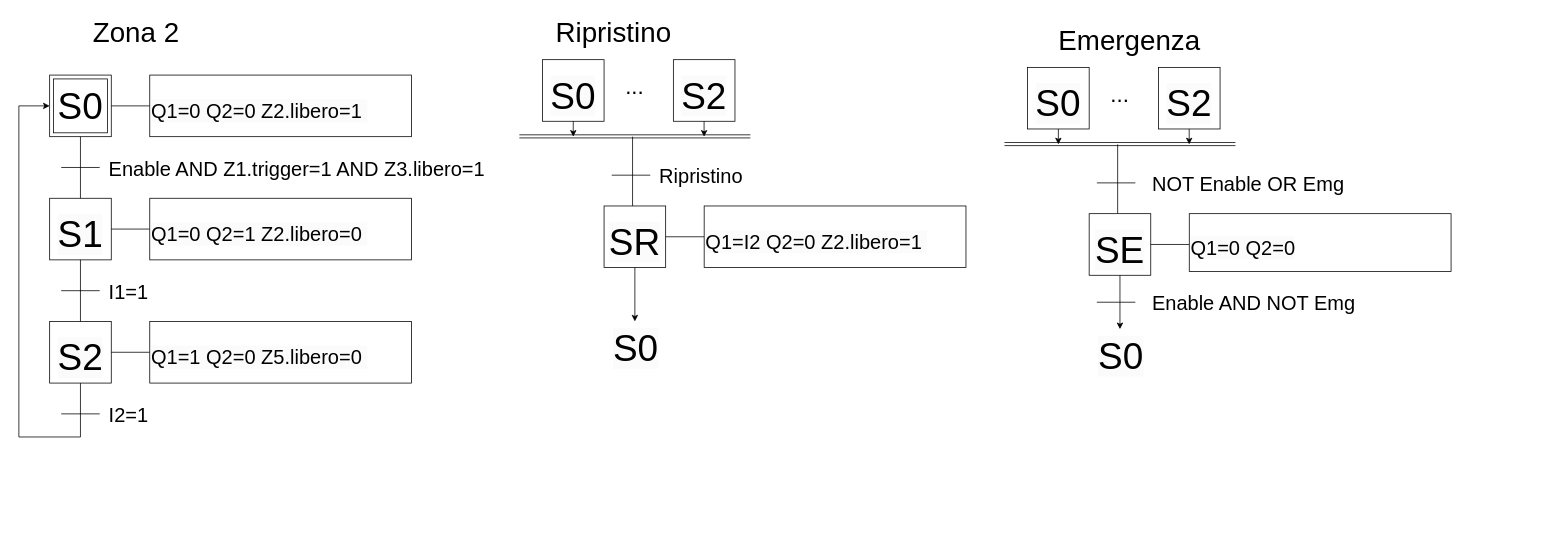
This is page "Zona 2" (3 of 7) of grafcet.drawio from simonebroili/Ciclo-di-Lavorazione, a draw.io file, before an edit. Source tidied: cells renumbered, new cells numbered last; positions are measured from the earlier drawing's top-left corner, leaving out a move shared by most shapes. Both pictures are drawn from the tidied source at 77%, with x=0, y=0 at pixel (18, 13).
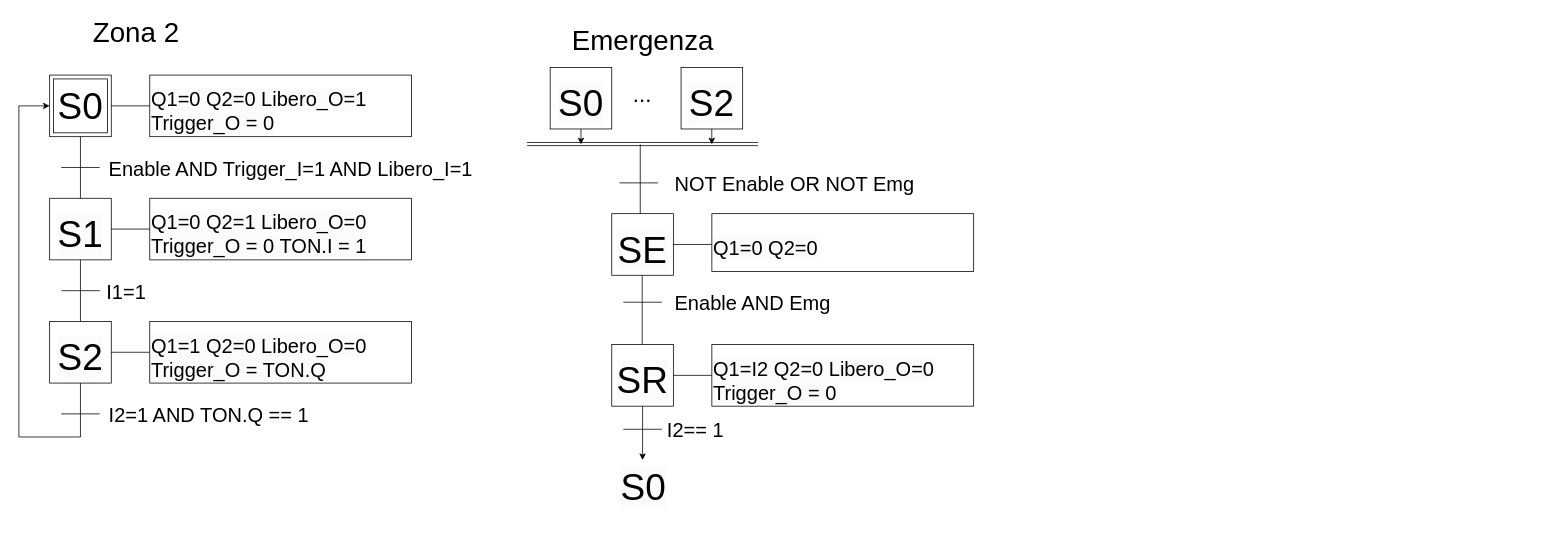
The same page after the edit.

What changed in the source:
```diff
@@
-    <mxCell id="7" value="&lt;br&gt;&lt;span style=&quot;color: rgb(0, 0, 0); font-family: Helvetica; font-size: 26px; font-style: normal; font-variant-ligatures: normal; font-variant-caps: normal; font-weight: 400; letter-spacing: normal; orphans: 2; text-align: left; text-indent: 0px; text-transform: none; widows: 2; word-spacing: 0px; -webkit-text-stroke-width: 0px; background-color: rgb(251, 251, 251); text-decoration-thickness: initial; text-decoration-style: initial; text-decoration-color: initial; float: none; display: inline !important;&quot;&gt;Q1=0 Q2=0 Z2.libero=1&amp;nbsp;&lt;/span&gt;" style="rounded=0;whiteSpace=wrap;html=1;align=left;" parent="1" vertex="1">
+    <mxCell id="7" value="&lt;br&gt;&lt;span style=&quot;color: rgb(0, 0, 0); font-family: Helvetica; font-size: 26px; font-style: normal; font-variant-ligatures: normal; font-variant-caps: normal; font-weight: 400; letter-spacing: normal; orphans: 2; text-align: left; text-indent: 0px; text-transform: none; widows: 2; word-spacing: 0px; -webkit-text-stroke-width: 0px; background-color: rgb(251, 251, 251); text-decoration-thickness: initial; text-decoration-style: initial; text-decoration-color: initial; float: none; display: inline !important;&quot;&gt;Q1=0 Q2=0 Libero_O=1 Trigger_O = 0&lt;/span&gt;" style="rounded=0;whiteSpace=wrap;html=1;align=left;" parent="1" vertex="1">
       <mxGeometry x="170" y="80" width="340" height="80" as="geometry" />
     </mxCell>
@@
-    <mxCell id="9" value="&lt;br&gt;&lt;span style=&quot;color: rgb(0, 0, 0); font-family: Helvetica; font-size: 26px; font-style: normal; font-variant-ligatures: normal; font-variant-caps: normal; font-weight: 400; letter-spacing: normal; orphans: 2; text-align: left; text-indent: 0px; text-transform: none; widows: 2; word-spacing: 0px; -webkit-text-stroke-width: 0px; background-color: rgb(251, 251, 251); text-decoration-thickness: initial; text-decoration-style: initial; text-decoration-color: initial; float: none; display: inline !important;&quot;&gt;Q1=0 Q2=1 Z2.libero=0&amp;nbsp;&lt;/span&gt;" style="rounded=0;whiteSpace=wrap;html=1;align=left;" parent="1" vertex="1">
+    <mxCell id="9" value="&lt;br&gt;&lt;span style=&quot;color: rgb(0, 0, 0); font-family: Helvetica; font-size: 26px; font-style: normal; font-variant-ligatures: normal; font-variant-caps: normal; font-weight: 400; letter-spacing: normal; orphans: 2; text-align: left; text-indent: 0px; text-transform: none; widows: 2; word-spacing: 0px; -webkit-text-stroke-width: 0px; background-color: rgb(251, 251, 251); text-decoration-thickness: initial; text-decoration-style: initial; text-decoration-color: initial; float: none; display: inline !important;&quot;&gt;Q1=0 Q2=1 Libero_O=0 Trigger_O = 0 TON.I = 1&lt;br&gt;&lt;/span&gt;" style="rounded=0;whiteSpace=wrap;html=1;align=left;" parent="1" vertex="1">
       <mxGeometry x="170" y="240" width="340" height="80" as="geometry" />
     </mxCell>
@@
-    <mxCell id="11" value="&lt;br&gt;&lt;span style=&quot;color: rgb(0, 0, 0); font-family: Helvetica; font-size: 26px; font-style: normal; font-variant-ligatures: normal; font-variant-caps: normal; font-weight: 400; letter-spacing: normal; orphans: 2; text-align: left; text-indent: 0px; text-transform: none; widows: 2; word-spacing: 0px; -webkit-text-stroke-width: 0px; background-color: rgb(251, 251, 251); text-decoration-thickness: initial; text-decoration-style: initial; text-decoration-color: initial; float: none; display: inline !important;&quot;&gt;Q1=1 Q2=0 Z5.libero=0&amp;nbsp;&lt;/span&gt;" style="rounded=0;whiteSpace=wrap;html=1;align=left;" parent="1" vertex="1">
+    <mxCell id="11" value="&lt;br&gt;&lt;span style=&quot;orphans: 2; text-align: left; text-indent: 0px; widows: 2; text-decoration-thickness: initial; text-decoration-style: initial; text-decoration-color: initial; float: none; display: inline !important;&quot;&gt;&lt;span style=&quot;font-size: 26px; background-color: rgb(251, 251, 251);&quot;&gt;Q1=1 Q2=0 Libero_O=0 Trigger_O = TON.Q&lt;/span&gt;&lt;/span&gt;" style="rounded=0;whiteSpace=wrap;html=1;align=left;" parent="1" vertex="1">
       <mxGeometry x="170" y="400" width="340" height="80" as="geometry" />
     </mxCell>
@@
-    <mxCell id="15" value="&lt;span style=&quot;font-size: 26px;&quot;&gt;Enable AND Z1.trigger=1 AND Z3.libero=1&lt;/span&gt;" style="text;whiteSpace=wrap;html=1;" parent="1" vertex="1">
+    <mxCell id="15" value="&lt;span style=&quot;font-size: 26px;&quot;&gt;Enable AND Trigger_I=1 AND Libero_I=1&lt;/span&gt;" style="text;whiteSpace=wrap;html=1;" parent="1" vertex="1">
       <mxGeometry x="115" y="180" width="515" height="50" as="geometry" />
     </mxCell>
@@
     <mxCell id="18" value="&lt;span style=&quot;font-size: 26px;&quot;&gt;I1=1&amp;nbsp;&lt;/span&gt;" style="text;whiteSpace=wrap;html=1;" parent="1" vertex="1">
-      <mxGeometry x="115" y="340" width="395" height="50" as="geometry" />
+      <mxGeometry x="112" y="340" width="395" height="50" as="geometry" />
     </mxCell>
@@
-    <mxCell id="20" value="&lt;span style=&quot;font-size: 26px;&quot;&gt;I2=1&lt;/span&gt;" style="text;whiteSpace=wrap;html=1;" parent="1" vertex="1">
+    <mxCell id="20" value="&lt;span style=&quot;font-size: 26px;&quot;&gt;I2=1 AND TON.Q == 1&amp;nbsp;&lt;/span&gt;" style="text;whiteSpace=wrap;html=1;" parent="1" vertex="1">
       <mxGeometry x="115" y="500" width="395" height="50" as="geometry" />
     </mxCell>
@@
-    <mxCell id="22" value="&lt;font style=&quot;font-size: 36px;&quot;&gt;Ripristino&lt;/font&gt;" style="text;html=1;strokeColor=none;fillColor=none;align=center;verticalAlign=middle;whiteSpace=wrap;rounded=0;" parent="1" vertex="1">
-      <mxGeometry x="640" width="265" height="50" as="geometry" />
-    </mxCell>
-    <mxCell id="23" style="endArrow=none;html=1;rounded=0;exitX=1;exitY=0.5;exitDx=0;exitDy=0;" parent="1" edge="1">
-      <mxGeometry relative="1" as="geometry">
-        <mxPoint x="770" y="210" as="sourcePoint" />
-        <mxPoint x="820" y="210" as="targetPoint" />
-        <Array as="points">
-          <mxPoint x="820" y="210" />
-        </Array>
-      </mxGeometry>
-    </mxCell>
-    <mxCell id="24" value="&lt;span style=&quot;font-size: 26px;&quot;&gt;Ripristino&lt;/span&gt;" style="text;whiteSpace=wrap;html=1;" parent="1" vertex="1">
-      <mxGeometry x="830" y="190" width="515" height="50" as="geometry" />
-    </mxCell>
     <mxCell id="25" style="endArrow=none;html=1;rounded=0;exitX=0.5;exitY=0;exitDx=0;exitDy=0;" parent="1" edge="1">
       <mxGeometry relative="1" as="geometry">
-        <mxPoint x="797" y="250" as="sourcePoint" />
-        <mxPoint x="797" y="160" as="targetPoint" />
+        <mxPoint x="809.5" y="430" as="sourcePoint" />
+        <mxPoint x="809.5" y="340" as="targetPoint" />
+        <Array as="points">
+          <mxPoint x="809.5" y="380" />
+        </Array>
       </mxGeometry>
     </mxCell>
     <mxCell id="26" value="&lt;br&gt;&lt;span style=&quot;color: rgb(0, 0, 0); font-family: Helvetica; font-size: 48px; font-style: normal; font-variant-ligatures: normal; font-variant-caps: normal; font-weight: 400; letter-spacing: normal; orphans: 2; text-align: center; text-indent: 0px; text-transform: none; widows: 2; word-spacing: 0px; -webkit-text-stroke-width: 0px; background-color: rgb(251, 251, 251); text-decoration-thickness: initial; text-decoration-style: initial; text-decoration-color: initial; float: none; display: inline !important;&quot;&gt;SR&lt;/span&gt;" style="whiteSpace=wrap;html=1;" parent="1" vertex="1">
-      <mxGeometry x="760" y="250" width="80" height="80" as="geometry" />
+      <mxGeometry x="770" y="430" width="80" height="80" as="geometry" />
     </mxCell>
     <mxCell id="27" style="endArrow=none;html=1;rounded=0;exitX=1;exitY=0.5;exitDx=0;exitDy=0;" parent="1" edge="1">
       <mxGeometry relative="1" as="geometry">
-        <mxPoint x="840" y="290" as="sourcePoint" />
-        <mxPoint x="890" y="290" as="targetPoint" />
+        <mxPoint x="850" y="470" as="sourcePoint" />
+        <mxPoint x="900" y="470" as="targetPoint" />
         <Array as="points">
-          <mxPoint x="890" y="290" />
+          <mxPoint x="900" y="470" />
         </Array>
       </mxGeometry>
     </mxCell>
-    <mxCell id="28" value="&lt;br&gt;&lt;span style=&quot;color: rgb(0, 0, 0); font-family: Helvetica; font-size: 26px; font-style: normal; font-variant-ligatures: normal; font-variant-caps: normal; font-weight: 400; letter-spacing: normal; orphans: 2; text-align: left; text-indent: 0px; text-transform: none; widows: 2; word-spacing: 0px; -webkit-text-stroke-width: 0px; background-color: rgb(251, 251, 251); text-decoration-thickness: initial; text-decoration-style: initial; text-decoration-color: initial; float: none; display: inline !important;&quot;&gt;Q1=I2 Q2=0 Z2.libero=1&amp;nbsp;&lt;/span&gt;" style="rounded=0;whiteSpace=wrap;html=1;align=left;" parent="1" vertex="1">
-      <mxGeometry x="890" y="250" width="340" height="80" as="geometry" />
+    <mxCell id="28" value="&lt;br&gt;&lt;span style=&quot;color: rgb(0, 0, 0); font-family: Helvetica; font-size: 26px; font-style: normal; font-variant-ligatures: normal; font-variant-caps: normal; font-weight: 400; letter-spacing: normal; orphans: 2; text-align: left; text-indent: 0px; text-transform: none; widows: 2; word-spacing: 0px; -webkit-text-stroke-width: 0px; background-color: rgb(251, 251, 251); text-decoration-thickness: initial; text-decoration-style: initial; text-decoration-color: initial; float: none; display: inline !important;&quot;&gt;Q1=I2 Q2=0 Libero_O=0 Trigger_O = 0&lt;/span&gt;" style="rounded=0;whiteSpace=wrap;html=1;align=left;" parent="1" vertex="1">
+      <mxGeometry x="900" y="430" width="340" height="80" as="geometry" />
     </mxCell>
     <mxCell id="29" style="endArrow=classic;html=1;rounded=0;exitX=0.5;exitY=1;exitDx=0;exitDy=0;" parent="1" edge="1" source="26">
       <mxGeometry relative="1" as="geometry">
-        <mxPoint x="800" y="400" as="targetPoint" />
+        <mxPoint x="810" y="580" as="targetPoint" />
       </mxGeometry>
     </mxCell>
     <mxCell id="30" value="&lt;span style=&quot;color: rgb(0, 0, 0); font-family: Helvetica; font-size: 48px; font-style: normal; font-variant-ligatures: normal; font-variant-caps: normal; font-weight: 400; letter-spacing: normal; orphans: 2; text-align: center; text-indent: 0px; text-transform: none; widows: 2; word-spacing: 0px; -webkit-text-stroke-width: 0px; background-color: rgb(251, 251, 251); text-decoration-thickness: initial; text-decoration-style: initial; text-decoration-color: initial; float: none; display: inline !important;&quot;&gt;S0&lt;/span&gt;" style="text;whiteSpace=wrap;html=1;" parent="1" vertex="1">
-      <mxGeometry x="770" y="400" width="90" height="80" as="geometry" />
+      <mxGeometry x="780" y="580" width="90" height="80" as="geometry" />
     </mxCell>
-    <mxCell id="31" value="&lt;br&gt;&lt;span style=&quot;color: rgb(0, 0, 0); font-family: Helvetica; font-size: 48px; font-style: normal; font-variant-ligatures: normal; font-variant-caps: normal; font-weight: 400; letter-spacing: normal; orphans: 2; text-align: center; text-indent: 0px; text-transform: none; widows: 2; word-spacing: 0px; -webkit-text-stroke-width: 0px; background-color: rgb(251, 251, 251); text-decoration-thickness: initial; text-decoration-style: initial; text-decoration-color: initial; float: none; display: inline !important;&quot;&gt;S2&lt;/span&gt;&lt;br&gt;" style="whiteSpace=wrap;html=1;" parent="1" vertex="1">
-      <mxGeometry x="850" y="60" width="80" height="80" as="geometry" />
-    </mxCell>
-    <mxCell id="32" value="&lt;br&gt;&lt;span style=&quot;color: rgb(0, 0, 0); font-family: Helvetica; font-size: 48px; font-style: normal; font-variant-ligatures: normal; font-variant-caps: normal; font-weight: 400; letter-spacing: normal; orphans: 2; text-align: center; text-indent: 0px; text-transform: none; widows: 2; word-spacing: 0px; -webkit-text-stroke-width: 0px; background-color: rgb(251, 251, 251); text-decoration-thickness: initial; text-decoration-style: initial; text-decoration-color: initial; float: none; display: inline !important;&quot;&gt;S0&lt;/span&gt;" style="whiteSpace=wrap;html=1;" parent="1" vertex="1">
-      <mxGeometry x="680" y="60" width="80" height="80" as="geometry" />
-    </mxCell>
-    <mxCell id="33" style="shape=link;html=1;rounded=0;" parent="1" edge="1">
-      <mxGeometry relative="1" as="geometry">
-        <mxPoint x="650" y="159.6" as="sourcePoint" />
-        <mxPoint x="950" y="159.6" as="targetPoint" />
-      </mxGeometry>
-    </mxCell>
-    <mxCell id="34" style="endArrow=classic;html=1;rounded=0;exitX=0.5;exitY=1;exitDx=0;exitDy=0;" parent="1" edge="1" source="32">
-      <mxGeometry relative="1" as="geometry">
-        <mxPoint x="720" y="160" as="targetPoint" />
-      </mxGeometry>
-    </mxCell>
-    <mxCell id="35" style="endArrow=classic;html=1;rounded=0;exitX=0.5;exitY=1;exitDx=0;exitDy=0;" parent="1" edge="1">
-      <mxGeometry relative="1" as="geometry">
-        <mxPoint x="889.9" y="140" as="sourcePoint" />
-        <mxPoint x="889.9" y="160" as="targetPoint" />
-      </mxGeometry>
-    </mxCell>
-    <mxCell id="36" value="&lt;span style=&quot;font-size: 29px;&quot;&gt;...&lt;/span&gt;" style="text;html=1;strokeColor=none;fillColor=none;align=center;verticalAlign=middle;whiteSpace=wrap;rounded=0;" parent="1" vertex="1">
-      <mxGeometry x="770" y="80" width="60" height="30" as="geometry" />
-    </mxCell>
     <mxCell id="37" value="&lt;font style=&quot;font-size: 36px;&quot;&gt;Emergenza&lt;/font&gt;" style="text;html=1;strokeColor=none;fillColor=none;align=center;verticalAlign=middle;whiteSpace=wrap;rounded=0;" parent="1" vertex="1">
-      <mxGeometry x="1310" y="10" width="265" height="50" as="geometry" />
+      <mxGeometry x="677.5" y="10" width="265" height="50" as="geometry" />
     </mxCell>
     <mxCell id="38" style="endArrow=none;html=1;rounded=0;exitX=1;exitY=0.5;exitDx=0;exitDy=0;" parent="1" edge="1">
       <mxGeometry relative="1" as="geometry">
-        <mxPoint x="1400" y="220" as="sourcePoint" />
-        <mxPoint x="1450" y="220" as="targetPoint" />
+        <mxPoint x="780" y="220" as="sourcePoint" />
+        <mxPoint x="830" y="220" as="targetPoint" />
         <Array as="points">
-          <mxPoint x="1450" y="220" />
+          <mxPoint x="830" y="220" />
         </Array>
       </mxGeometry>
     </mxCell>
     <mxCell id="39" style="endArrow=none;html=1;rounded=0;exitX=0.5;exitY=0;exitDx=0;exitDy=0;" parent="1" edge="1">
       <mxGeometry relative="1" as="geometry">
-        <mxPoint x="1427" y="260" as="sourcePoint" />
-        <mxPoint x="1427" y="170" as="targetPoint" />
+        <mxPoint x="807" y="260" as="sourcePoint" />
+        <mxPoint x="807" y="170" as="targetPoint" />
       </mxGeometry>
     </mxCell>
     <mxCell id="40" value="&lt;br&gt;&lt;span style=&quot;color: rgb(0, 0, 0); font-family: Helvetica; font-size: 48px; font-style: normal; font-variant-ligatures: normal; font-variant-caps: normal; font-weight: 400; letter-spacing: normal; orphans: 2; text-align: center; text-indent: 0px; text-transform: none; widows: 2; word-spacing: 0px; -webkit-text-stroke-width: 0px; background-color: rgb(251, 251, 251); text-decoration-thickness: initial; text-decoration-style: initial; text-decoration-color: initial; float: none; display: inline !important;&quot;&gt;SE&lt;/span&gt;" style="whiteSpace=wrap;html=1;" parent="1" vertex="1">
-      <mxGeometry x="1390" y="260" width="80" height="80" as="geometry" />
+      <mxGeometry x="770" y="260" width="80" height="80" as="geometry" />
     </mxCell>
     <mxCell id="41" style="endArrow=none;html=1;rounded=0;exitX=1;exitY=0.5;exitDx=0;exitDy=0;" parent="1" edge="1">
       <mxGeometry relative="1" as="geometry">
-        <mxPoint x="1470" y="300" as="sourcePoint" />
-        <mxPoint x="1520" y="300" as="targetPoint" />
+        <mxPoint x="850" y="300" as="sourcePoint" />
+        <mxPoint x="900" y="300" as="targetPoint" />
         <Array as="points">
-          <mxPoint x="1520" y="300" />
+          <mxPoint x="900" y="300" />
         </Array>
       </mxGeometry>
     </mxCell>
     <mxCell id="42" value="&lt;br&gt;&lt;span style=&quot;color: rgb(0, 0, 0); font-family: Helvetica; font-size: 26px; font-style: normal; font-variant-ligatures: normal; font-variant-caps: normal; font-weight: 400; letter-spacing: normal; orphans: 2; text-align: left; text-indent: 0px; text-transform: none; widows: 2; word-spacing: 0px; -webkit-text-stroke-width: 0px; background-color: rgb(251, 251, 251); text-decoration-thickness: initial; text-decoration-style: initial; text-decoration-color: initial; float: none; display: inline !important;&quot;&gt;Q1=0 Q2=0&lt;/span&gt;" style="rounded=0;whiteSpace=wrap;html=1;align=left;" parent="1" vertex="1">
-      <mxGeometry x="1520" y="260" width="340" height="75" as="geometry" />
+      <mxGeometry x="900" y="260" width="340" height="75" as="geometry" />
     </mxCell>
-    <mxCell id="43" style="endArrow=classic;html=1;rounded=0;exitX=0.5;exitY=1;exitDx=0;exitDy=0;" parent="1" edge="1" source="40">
-      <mxGeometry relative="1" as="geometry">
-        <mxPoint x="1430" y="410" as="targetPoint" />
-      </mxGeometry>
-    </mxCell>
-    <mxCell id="44" value="&lt;span style=&quot;color: rgb(0, 0, 0); font-family: Helvetica; font-size: 48px; font-style: normal; font-variant-ligatures: normal; font-variant-caps: normal; font-weight: 400; letter-spacing: normal; orphans: 2; text-align: center; text-indent: 0px; text-transform: none; widows: 2; word-spacing: 0px; -webkit-text-stroke-width: 0px; background-color: rgb(251, 251, 251); text-decoration-thickness: initial; text-decoration-style: initial; text-decoration-color: initial; float: none; display: inline !important;&quot;&gt;S0&lt;/span&gt;" style="text;whiteSpace=wrap;html=1;" parent="1" vertex="1">
-      <mxGeometry x="1400" y="410" width="90" height="80" as="geometry" />
-    </mxCell>
     <mxCell id="45" value="&lt;br&gt;&lt;span style=&quot;color: rgb(0, 0, 0); font-family: Helvetica; font-size: 48px; font-style: normal; font-variant-ligatures: normal; font-variant-caps: normal; font-weight: 400; letter-spacing: normal; orphans: 2; text-align: center; text-indent: 0px; text-transform: none; widows: 2; word-spacing: 0px; -webkit-text-stroke-width: 0px; background-color: rgb(251, 251, 251); text-decoration-thickness: initial; text-decoration-style: initial; text-decoration-color: initial; float: none; display: inline !important;&quot;&gt;S2&lt;/span&gt;" style="whiteSpace=wrap;html=1;" parent="1" vertex="1">
-      <mxGeometry x="1480" y="70" width="80" height="80" as="geometry" />
+      <mxGeometry x="860" y="70" width="80" height="80" as="geometry" />
     </mxCell>
     <mxCell id="46" value="&lt;br&gt;&lt;span style=&quot;color: rgb(0, 0, 0); font-family: Helvetica; font-size: 48px; font-style: normal; font-variant-ligatures: normal; font-variant-caps: normal; font-weight: 400; letter-spacing: normal; orphans: 2; text-align: center; text-indent: 0px; text-transform: none; widows: 2; word-spacing: 0px; -webkit-text-stroke-width: 0px; background-color: rgb(251, 251, 251); text-decoration-thickness: initial; text-decoration-style: initial; text-decoration-color: initial; float: none; display: inline !important;&quot;&gt;S0&lt;/span&gt;" style="whiteSpace=wrap;html=1;" parent="1" vertex="1">
-      <mxGeometry x="1310" y="70" width="80" height="80" as="geometry" />
+      <mxGeometry x="690" y="70" width="80" height="80" as="geometry" />
     </mxCell>
     <mxCell id="47" style="shape=link;html=1;rounded=0;" parent="1" edge="1">
       <mxGeometry relative="1" as="geometry">
-        <mxPoint x="1280" y="169.6" as="sourcePoint" />
-        <mxPoint x="1580" y="169.6" as="targetPoint" />
+        <mxPoint x="660" y="169.6" as="sourcePoint" />
+        <mxPoint x="960" y="169.6" as="targetPoint" />
       </mxGeometry>
     </mxCell>
     <mxCell id="48" style="endArrow=classic;html=1;rounded=0;exitX=0.5;exitY=1;exitDx=0;exitDy=0;" parent="1" edge="1" source="46">
       <mxGeometry relative="1" as="geometry">
-        <mxPoint x="1350" y="170" as="targetPoint" />
+        <mxPoint x="730" y="170" as="targetPoint" />
       </mxGeometry>
     </mxCell>
     <mxCell id="49" style="endArrow=classic;html=1;rounded=0;exitX=0.5;exitY=1;exitDx=0;exitDy=0;" parent="1" edge="1">
       <mxGeometry relative="1" as="geometry">
-        <mxPoint x="1519.9" y="150" as="sourcePoint" />
-        <mxPoint x="1519.9" y="170" as="targetPoint" />
+        <mxPoint x="899.9" y="150" as="sourcePoint" />
+        <mxPoint x="899.9" y="170" as="targetPoint" />
       </mxGeometry>
     </mxCell>
     <mxCell id="50" value="&lt;span style=&quot;font-size: 29px;&quot;&gt;...&lt;/span&gt;" style="text;html=1;strokeColor=none;fillColor=none;align=center;verticalAlign=middle;whiteSpace=wrap;rounded=0;" parent="1" vertex="1">
-      <mxGeometry x="1400" y="90" width="60" height="30" as="geometry" />
+      <mxGeometry x="780" y="90" width="60" height="30" as="geometry" />
     </mxCell>
-    <mxCell id="51" value="&lt;span style=&quot;font-size: 26px;&quot;&gt;NOT Enable OR Emg&lt;/span&gt;" style="text;whiteSpace=wrap;html=1;" parent="1" vertex="1">
-      <mxGeometry x="1470" y="200" width="515" height="50" as="geometry" />
+    <mxCell id="51" value="&lt;span style=&quot;font-size: 26px;&quot;&gt;NOT Enable OR NOT Emg&lt;/span&gt;" style="text;whiteSpace=wrap;html=1;" parent="1" vertex="1">
+      <mxGeometry x="850" y="200" width="340" height="50" as="geometry" />
     </mxCell>
-    <mxCell id="52" style="endArrow=none;html=1;rounded=0;exitX=1;exitY=0.5;exitDx=0;exitDy=0;" parent="1" edge="1">
-      <mxGeometry relative="1" as="geometry">
-        <mxPoint x="1400" y="375" as="sourcePoint" />
-        <mxPoint x="1450" y="375" as="targetPoint" />
-        <Array as="points">
-          <mxPoint x="1450" y="375" />
-        </Array>
-      </mxGeometry>
-    </mxCell>
-    <mxCell id="53" value="&lt;span style=&quot;font-size: 26px;&quot;&gt;Enable AND NOT Emg&lt;/span&gt;" style="text;whiteSpace=wrap;html=1;" parent="1" vertex="1">
-      <mxGeometry x="1470" y="355" width="515" height="50" as="geometry" />
+    <mxCell id="53" value="&lt;span style=&quot;font-size: 26px;&quot;&gt;Enable AND Emg&amp;nbsp;&lt;/span&gt;" style="text;whiteSpace=wrap;html=1;" parent="1" vertex="1">
+      <mxGeometry x="850" y="355" width="230" height="50" as="geometry" />
     </mxCell>
+    <mxCell id="54" style="endArrow=none;html=1;rounded=0;exitX=1;exitY=0.5;exitDx=0;exitDy=0;" parent="1" edge="1">
+      <mxGeometry relative="1" as="geometry">
+        <mxPoint x="785" y="375" as="sourcePoint" />
+        <mxPoint x="835" y="375" as="targetPoint" />
+        <Array as="points">
+          <mxPoint x="835" y="375" />
+        </Array>
+      </mxGeometry>
+    </mxCell>
+    <mxCell id="55" style="endArrow=none;html=1;rounded=0;exitX=1;exitY=0.5;exitDx=0;exitDy=0;" parent="1" edge="1">
+      <mxGeometry relative="1" as="geometry">
+        <mxPoint x="785" y="540" as="sourcePoint" />
+        <mxPoint x="835" y="540" as="targetPoint" />
+        <Array as="points">
+          <mxPoint x="835" y="540" />
+        </Array>
+      </mxGeometry>
+    </mxCell>
+    <mxCell id="56" value="&lt;span style=&quot;font-size: 26px;&quot;&gt;I2== 1&lt;/span&gt;" style="text;whiteSpace=wrap;html=1;" parent="1" vertex="1">
+      <mxGeometry x="840" y="520" width="230" height="50" as="geometry" />
+    </mxCell>
```
